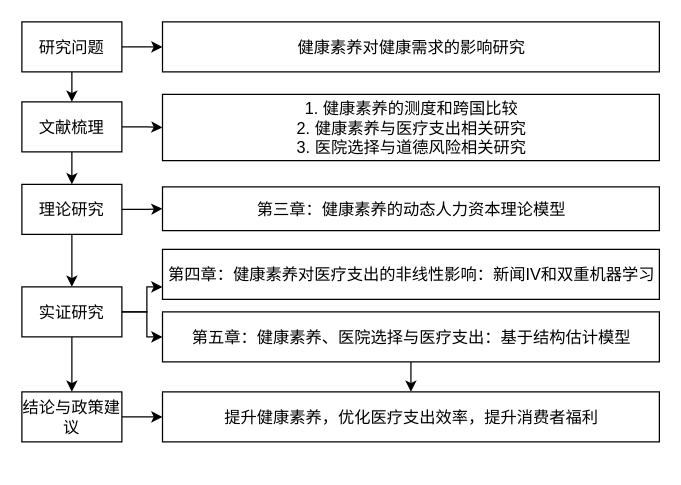
Above: new.drawio in BWaaaa/AdvancedDID (draw.io), before the change. Source tidied: cells renumbered, new cells numbered last; positions are measured from the earlier drawing's top-left corner, leaving out a move shared by most shapes. Both pictures are drawn from the tidied source at 125%, with x=0, y=0 at pixel (21, 21).
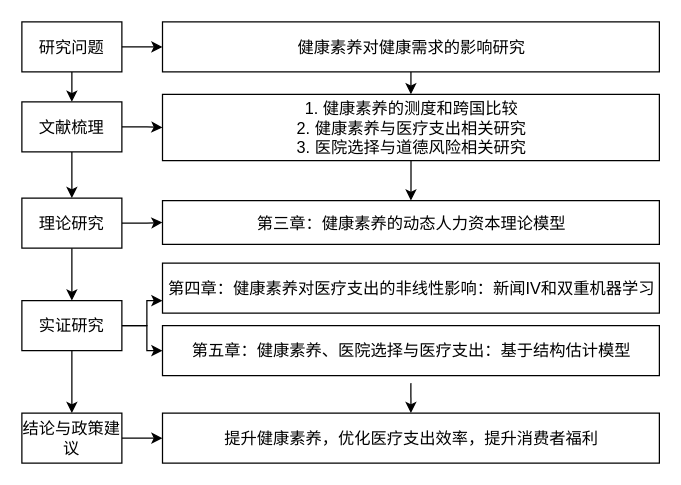
The same page after the edit.

Unchanged cells that the change refers to:
```xml
<mxCell id="2" value="&lt;div&gt;健康素养对健康需求的影响研究&lt;/div&gt;" style="rounded=0;whiteSpace=wrap;html=1;fontFamily=宋体;fontSize=13;" parent="1" vertex="1">
  <mxGeometry x="112.5" width="397.5" height="40" as="geometry" />
</mxCell>
<mxCell id="20" value="&lt;div&gt;1. 健康素养的测度和跨国比较&lt;/div&gt;&lt;div&gt;2. 健康素养与医疗支出相关研究&lt;/div&gt;&lt;div&gt;3. 医院选择与道德风险相关研究&lt;/div&gt;" style="rounded=0;whiteSpace=wrap;html=1;fontFamily=宋体;fontSize=13;" parent="1" vertex="1">
  <mxGeometry x="112.5" y="58" width="397.5" height="53" as="geometry" />
</mxCell>
<mxCell id="23" value="文献梳理" style="rounded=0;whiteSpace=wrap;html=1;fontFamily=宋体;fontSize=13;" parent="1" vertex="1">
  <mxGeometry y="64" width="80" height="40" as="geometry" />
</mxCell>
```

Diff of the diagram source:
```diff
@@
-    <mxCell id="3" style="edgeStyle=orthogonalEdgeStyle;rounded=0;jettySize=auto;html=1;entryX=0.5;entryY=0;entryDx=0;entryDy=0;exitX=0.5;exitY=1;exitDx=0;exitDy=0;" parent="1" edge="1" source="16" target="19">
-      <mxGeometry relative="1" as="geometry" />
+    <mxCell id="3" style="edgeStyle=orthogonalEdgeStyle;rounded=0;jettySize=auto;html=1;entryX=0.5;entryY=0;entryDx=0;entryDy=0;exitX=0.5;exitY=1;exitDx=0;exitDy=0;" parent="1" edge="1" target="19">
+      <mxGeometry relative="1" as="geometry">
+        <mxPoint x="311.2" y="289" as="sourcePoint" />
+      </mxGeometry>
     </mxCell>
@@
     <mxCell id="8" value="理论研究" style="rounded=0;whiteSpace=wrap;html=1;fontFamily=宋体;fontSize=13;" parent="1" vertex="1">
-      <mxGeometry y="130" width="80" height="40" as="geometry" />
+      <mxGeometry y="141" width="80" height="40" as="geometry" />
     </mxCell>
-    <mxCell id="9" style="edgeStyle=orthogonalEdgeStyle;rounded=0;jettySize=auto;html=1;fontFamily=宋体;fontSize=13;entryX=0.5;entryY=0;entryDx=0;entryDy=0;" parent="1" edge="1" source="11" target="18">
+    <mxCell id="9" style="edgeStyle=orthogonalEdgeStyle;rounded=0;jettySize=auto;html=1;fontFamily=宋体;fontSize=13;entryX=0.5;entryY=0;entryDx=0;entryDy=0;exitX=0.5;exitY=1;exitDx=0;exitDy=0;" parent="1" edge="1" source="11" target="18">
       <mxGeometry relative="1" as="geometry" />
     </mxCell>
@@
     <mxCell id="11" value="实证研究" style="rounded=0;whiteSpace=wrap;html=1;fontFamily=宋体;fontSize=13;" parent="1" vertex="1">
-      <mxGeometry y="212" width="80" height="40" as="geometry" />
+      <mxGeometry y="223" width="80" height="40" as="geometry" />
     </mxCell>
@@
     <mxCell id="14" value="&lt;div&gt;第三章：健康素养的动态人力资本理论模型&lt;/div&gt;" style="rounded=0;whiteSpace=wrap;html=1;fontFamily=宋体;fontSize=13;" parent="1" vertex="1">
-      <mxGeometry x="112.5" y="132" width="397.5" height="35" as="geometry" />
+      <mxGeometry x="112.5" y="143" width="397.5" height="35" as="geometry" />
     </mxCell>
     <mxCell id="15" value="&lt;div&gt;第四章：健康素养对医疗支出的非线性影响：新闻IV和双重机器学习&lt;/div&gt;" style="rounded=0;whiteSpace=wrap;html=1;fontFamily=宋体;fontSize=13;" parent="1" vertex="1">
-      <mxGeometry x="112.5" y="182" width="397.5" height="40" as="geometry" />
+      <mxGeometry x="112.5" y="193" width="397.5" height="40" as="geometry" />
     </mxCell>
     <mxCell id="16" value="&lt;div&gt;第五章：健康素养、医院选择与医疗支出：基于结构估计模型&lt;/div&gt;" style="rounded=0;whiteSpace=wrap;html=1;fontFamily=宋体;fontSize=13;" parent="1" vertex="1">
-      <mxGeometry x="112.5" y="232" width="397.5" height="40" as="geometry" />
+      <mxGeometry x="112.5" y="243" width="397.5" height="40" as="geometry" />
     </mxCell>
@@
     <mxCell id="18" value="结论与政策建议" style="rounded=0;whiteSpace=wrap;html=1;fontFamily=宋体;fontSize=13;" parent="1" vertex="1">
-      <mxGeometry y="296" width="80" height="40" as="geometry" />
+      <mxGeometry y="313" width="80" height="40" as="geometry" />
     </mxCell>
     <mxCell id="19" value="&lt;div&gt;提升健康素养，优化医疗支出效率，提升消费者福利&lt;/div&gt;" style="rounded=0;whiteSpace=wrap;html=1;fontFamily=宋体;fontSize=13;" parent="1" vertex="1">
-      <mxGeometry x="112.5" y="296" width="397.5" height="40" as="geometry" />
+      <mxGeometry x="112.5" y="313" width="397.5" height="40" as="geometry" />
     </mxCell>
+    <mxCell id="25" style="edgeStyle=orthogonalEdgeStyle;rounded=0;jettySize=auto;html=1;entryX=0.5;entryY=0;entryDx=0;entryDy=0;" parent="1" edge="1" source="20" target="14">
+      <mxGeometry relative="1" as="geometry" />
+    </mxCell>
@@
-    <mxCell id="21" style="edgeStyle=orthogonalEdgeStyle;rounded=0;jettySize=auto;html=1;" parent="1" edge="1" source="23">
-      <mxGeometry relative="1" as="geometry">
-        <mxPoint x="40" y="130" as="targetPoint" />
-      </mxGeometry>
+    <mxCell id="21" style="edgeStyle=orthogonalEdgeStyle;rounded=0;jettySize=auto;html=1;entryX=0.5;entryY=0;entryDx=0;entryDy=0;" parent="1" edge="1" source="23" target="8">
+      <mxGeometry relative="1" as="geometry" />
     </mxCell>
@@
     <mxCell id="24" style="edgeStyle=orthogonalEdgeStyle;rounded=0;jettySize=auto;html=1;entryX=0;entryY=0.5;entryDx=0;entryDy=0;exitX=1;exitY=0.5;exitDx=0;exitDy=0;" parent="1" edge="1" source="11" target="16">
       <mxGeometry relative="1" as="geometry">
         <Array as="points">
-          <mxPoint x="100" y="232" />
-          <mxPoint x="100" y="252" />
+          <mxPoint x="100" y="243" />
+          <mxPoint x="100" y="263" />
         </Array>
       </mxGeometry>
     </mxCell>
+    <mxCell id="26" style="edgeStyle=orthogonalEdgeStyle;rounded=0;jettySize=auto;html=1;entryX=0.5;entryY=0;entryDx=0;entryDy=0;exitX=0.5;exitY=1;exitDx=0;exitDy=0;" parent="1" edge="1" source="2" target="20">
+      <mxGeometry relative="1" as="geometry" />
+    </mxCell>
```
